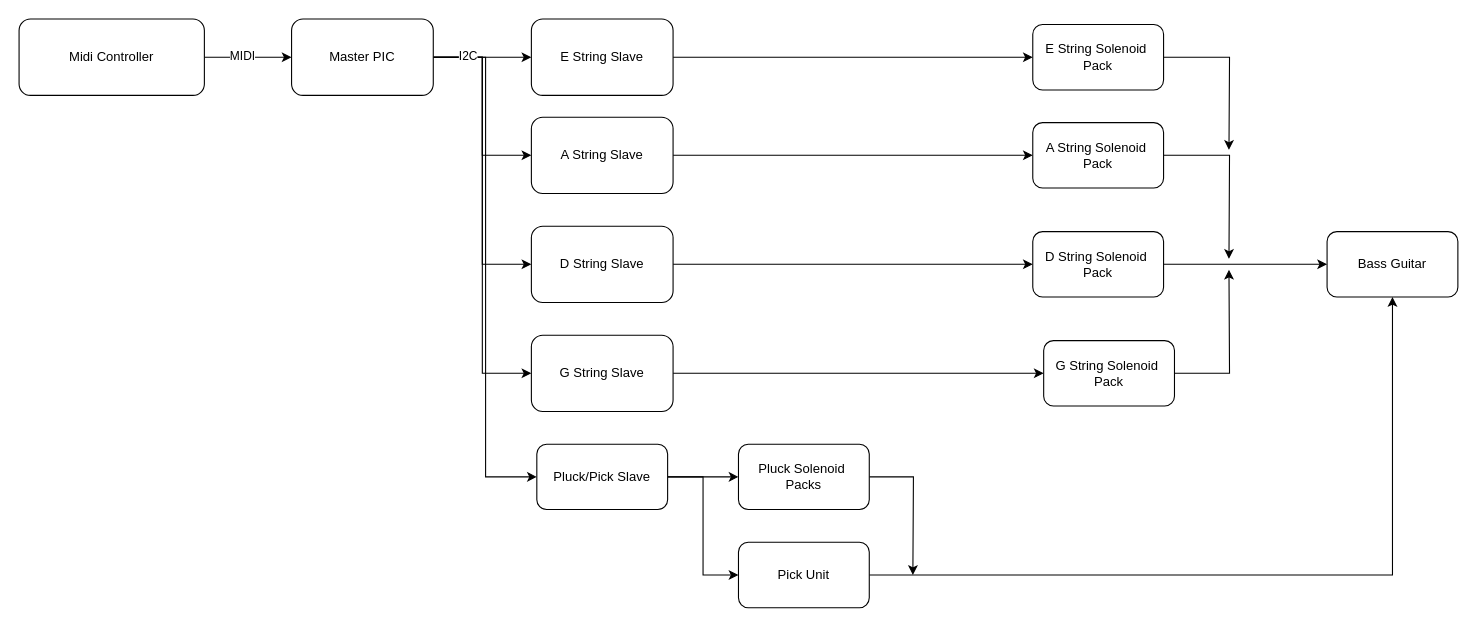
This is Flowcharts/Functional Block diagram.drawio from Masaharu41/Midi-Bass-Guitar, a draw.io file, before an edit. Source tidied: cells renumbered, new cells numbered last; positions are measured from the earlier drawing's top-left corner, leaving out a move shared by most shapes. Both pictures are drawn from the tidied source at 109%, with x=0, y=0 at pixel (19, 19).
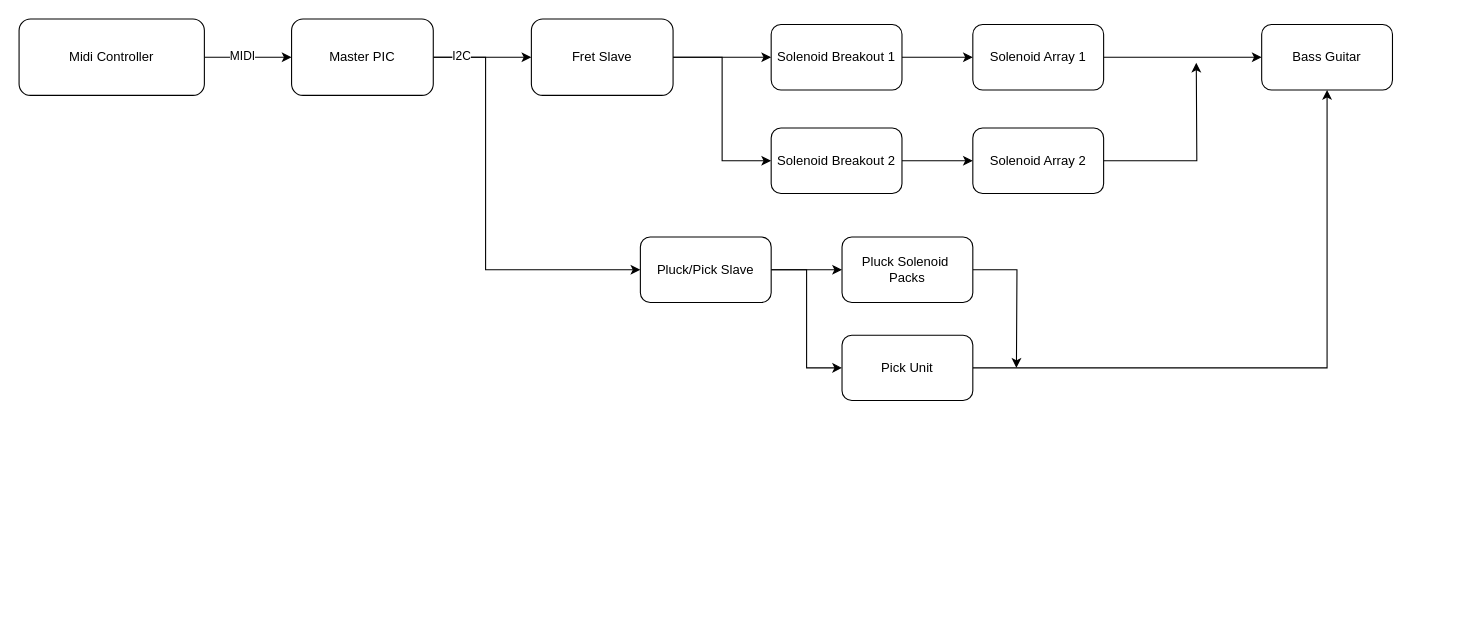
The same page after the edit.

Commit message:
updated main flowchart to match new design

Unchanged cells that the change refers to:
```xml
<mxCell id="11" value="Master PIC" style="rounded=1;whiteSpace=wrap;html=1;" parent="1" vertex="1">
  <mxGeometry x="250" width="130" height="70" as="geometry" />
</mxCell>
```

Diff of the diagram source:
```diff
@@
-    <mxCell id="6" style="edgeStyle=orthogonalEdgeStyle;rounded=0;jettySize=auto;html=1;entryX=0;entryY=0.5;entryDx=0;entryDy=0;" parent="1" edge="1" source="11" target="18">
-      <mxGeometry relative="1" as="geometry" />
-    </mxCell>
-    <mxCell id="7" style="edgeStyle=orthogonalEdgeStyle;rounded=0;jettySize=auto;html=1;entryX=0;entryY=0.5;entryDx=0;entryDy=0;" parent="1" edge="1" source="11" target="20">
-      <mxGeometry relative="1" as="geometry" />
-    </mxCell>
-    <mxCell id="8" style="edgeStyle=orthogonalEdgeStyle;rounded=0;jettySize=auto;html=1;entryX=0;entryY=0.5;entryDx=0;entryDy=0;" parent="1" edge="1" source="11" target="22">
-      <mxGeometry relative="1" as="geometry" />
-    </mxCell>
     <mxCell id="9" style="edgeStyle=orthogonalEdgeStyle;rounded=0;jettySize=auto;html=1;entryX=0;entryY=0.5;entryDx=0;entryDy=0;" parent="1" edge="1" source="11" target="14">
       <mxGeometry relative="1" as="geometry">
         <Array as="points">
           <mxPoint x="428" y="35" />
-          <mxPoint x="428" y="420" />
+          <mxPoint x="428" y="230" />
         </Array>
       </mxGeometry>
     </mxCell>
@@
     <mxCell id="14" value="Pluck/Pick Slave" style="rounded=1;whiteSpace=wrap;html=1;" parent="1" vertex="1">
-      <mxGeometry x="475" y="390" width="120" height="60" as="geometry" />
+      <mxGeometry x="570" y="200" width="120" height="60" as="geometry" />
     </mxCell>
-    <mxCell id="15" style="edgeStyle=orthogonalEdgeStyle;rounded=0;jettySize=auto;html=1;entryX=0;entryY=0.5;entryDx=0;entryDy=0;" parent="1" edge="1" source="16" target="28">
-      <mxGeometry relative="1" as="geometry">
-        <Array as="points">
-          <mxPoint x="930" y="35" />
-        </Array>
-      </mxGeometry>
+    <mxCell id="15" style="edgeStyle=orthogonalEdgeStyle;rounded=0;jettySize=auto;html=1;" parent="1" edge="1" source="16" target="28">
+      <mxGeometry relative="1" as="geometry" />
     </mxCell>
+    <mxCell id="36" style="edgeStyle=orthogonalEdgeStyle;rounded=0;jettySize=auto;html=1;entryX=0;entryY=0.5;entryDx=0;entryDy=0;" parent="1" edge="1" source="16" target="30">
+      <mxGeometry relative="1" as="geometry" />
+    </mxCell>
-    <mxCell id="16" value="E String Slave" style="rounded=1;whiteSpace=wrap;html=1;" parent="1" vertex="1">
+    <mxCell id="16" value="Fret Slave" style="rounded=1;whiteSpace=wrap;html=1;" parent="1" vertex="1">
       <mxGeometry x="470" width="130" height="70" as="geometry" />
     </mxCell>
-    <mxCell id="17" style="edgeStyle=orthogonalEdgeStyle;rounded=0;jettySize=auto;html=1;entryX=0;entryY=0.5;entryDx=0;entryDy=0;" parent="1" edge="1" source="18" target="30">
-      <mxGeometry relative="1" as="geometry" />
-    </mxCell>
-    <mxCell id="18" value="A String Slave" style="rounded=1;whiteSpace=wrap;html=1;" parent="1" vertex="1">
-      <mxGeometry x="470" y="90" width="130" height="70" as="geometry" />
-    </mxCell>
-    <mxCell id="19" style="edgeStyle=orthogonalEdgeStyle;rounded=0;jettySize=auto;html=1;entryX=0;entryY=0.5;entryDx=0;entryDy=0;" parent="1" edge="1" source="20" target="32">
-      <mxGeometry relative="1" as="geometry" />
-    </mxCell>
-    <mxCell id="20" value="D String Slave" style="rounded=1;whiteSpace=wrap;html=1;" parent="1" vertex="1">
-      <mxGeometry x="470" y="190" width="130" height="70" as="geometry" />
-    </mxCell>
-    <mxCell id="21" style="edgeStyle=orthogonalEdgeStyle;rounded=0;jettySize=auto;html=1;entryX=0;entryY=0.5;entryDx=0;entryDy=0;" parent="1" edge="1" source="22" target="34">
-      <mxGeometry relative="1" as="geometry">
-        <Array as="points">
-          <mxPoint x="890" y="325" />
-          <mxPoint x="890" y="325" />
-        </Array>
-      </mxGeometry>
-    </mxCell>
-    <mxCell id="22" value="G String Slave" style="rounded=1;whiteSpace=wrap;html=1;" parent="1" vertex="1">
-      <mxGeometry x="470" y="290" width="130" height="70" as="geometry" />
-    </mxCell>
     <mxCell id="23" style="edgeStyle=orthogonalEdgeStyle;rounded=0;jettySize=auto;html=1;" parent="1" edge="1" source="24">
       <mxGeometry relative="1" as="geometry">
-        <mxPoint x="820" y="510" as="targetPoint" />
+        <mxPoint x="915" y="320" as="targetPoint" />
       </mxGeometry>
     </mxCell>
     <mxCell id="24" value="Pluck Solenoid&amp;nbsp;&lt;div&gt;Packs&lt;/div&gt;" style="rounded=1;whiteSpace=wrap;html=1;" parent="1" vertex="1">
-      <mxGeometry x="660" y="390" width="120" height="60" as="geometry" />
+      <mxGeometry x="755" y="200" width="120" height="60" as="geometry" />
     </mxCell>
@@
     <mxCell id="26" value="Pick Unit" style="rounded=1;whiteSpace=wrap;html=1;" parent="1" vertex="1">
-      <mxGeometry x="660" y="480" width="120" height="60" as="geometry" />
+      <mxGeometry x="755" y="290" width="120" height="60" as="geometry" />
     </mxCell>
-    <mxCell id="27" style="edgeStyle=orthogonalEdgeStyle;rounded=0;jettySize=auto;html=1;" parent="1" edge="1" source="28">
-      <mxGeometry relative="1" as="geometry">
-        <mxPoint x="1110" y="120" as="targetPoint" />
-      </mxGeometry>
-    </mxCell>
+    <mxCell id="37" style="edgeStyle=orthogonalEdgeStyle;rounded=0;jettySize=auto;html=1;" parent="1" edge="1" source="28" target="40">
+      <mxGeometry relative="1" as="geometry" />
+    </mxCell>
-    <mxCell id="28" value="E String Solenoid&amp;nbsp;&lt;div&gt;Pack&lt;/div&gt;" style="rounded=1;whiteSpace=wrap;html=1;" parent="1" vertex="1">
-      <mxGeometry x="930" y="5" width="120" height="60" as="geometry" />
+    <mxCell id="28" value="Solenoid Breakout 1" style="rounded=1;whiteSpace=wrap;html=1;" parent="1" vertex="1">
+      <mxGeometry x="690" y="5" width="120" height="60" as="geometry" />
     </mxCell>
-    <mxCell id="29" style="edgeStyle=orthogonalEdgeStyle;rounded=0;jettySize=auto;html=1;" parent="1" edge="1" source="30">
-      <mxGeometry relative="1" as="geometry">
-        <mxPoint x="1110" y="220" as="targetPoint" />
-      </mxGeometry>
-    </mxCell>
+    <mxCell id="38" style="edgeStyle=orthogonalEdgeStyle;rounded=0;jettySize=auto;html=1;" parent="1" edge="1" source="30" target="42">
+      <mxGeometry relative="1" as="geometry" />
+    </mxCell>
-    <mxCell id="30" value="A String Solenoid&amp;nbsp;&lt;div&gt;Pack&lt;/div&gt;" style="rounded=1;whiteSpace=wrap;html=1;" parent="1" vertex="1">
-      <mxGeometry x="930" y="95" width="120" height="60" as="geometry" />
+    <mxCell id="30" value="Solenoid Breakout 2" style="rounded=1;whiteSpace=wrap;html=1;" parent="1" vertex="1">
+      <mxGeometry x="690" y="100" width="120" height="60" as="geometry" />
     </mxCell>
-    <mxCell id="31" style="edgeStyle=orthogonalEdgeStyle;rounded=0;jettySize=auto;html=1;" parent="1" edge="1" source="32" target="35">
-      <mxGeometry relative="1" as="geometry" />
-    </mxCell>
-    <mxCell id="32" value="D String Solenoid&amp;nbsp;&lt;div&gt;Pack&lt;/div&gt;" style="rounded=1;whiteSpace=wrap;html=1;" parent="1" vertex="1">
-      <mxGeometry x="930" y="195" width="120" height="60" as="geometry" />
-    </mxCell>
-    <mxCell id="33" style="edgeStyle=orthogonalEdgeStyle;rounded=0;jettySize=auto;html=1;" parent="1" edge="1" source="34">
-      <mxGeometry relative="1" as="geometry">
-        <mxPoint x="1110" y="230" as="targetPoint" />
-      </mxGeometry>
-    </mxCell>
-    <mxCell id="34" value="G String Solenoid&amp;nbsp;&lt;div&gt;Pack&lt;/div&gt;" style="rounded=1;whiteSpace=wrap;html=1;" parent="1" vertex="1">
-      <mxGeometry x="940" y="295" width="120" height="60" as="geometry" />
-    </mxCell>
     <mxCell id="35" value="Bass Guitar" style="rounded=1;whiteSpace=wrap;html=1;" parent="1" vertex="1">
-      <mxGeometry x="1200" y="195" width="120" height="60" as="geometry" />
+      <mxGeometry x="1140" y="5" width="120" height="60" as="geometry" />
     </mxCell>
+    <mxCell id="39" style="edgeStyle=orthogonalEdgeStyle;rounded=0;jettySize=auto;html=1;entryX=0;entryY=0.5;entryDx=0;entryDy=0;" parent="1" edge="1" source="40" target="35">
+      <mxGeometry relative="1" as="geometry" />
+    </mxCell>
+    <mxCell id="40" value="Solenoid Array 1" style="rounded=1;whiteSpace=wrap;html=1;" parent="1" vertex="1">
+      <mxGeometry x="875" y="5" width="120" height="60" as="geometry" />
+    </mxCell>
+    <mxCell id="41" style="edgeStyle=orthogonalEdgeStyle;rounded=0;jettySize=auto;html=1;" parent="1" edge="1" source="42">
+      <mxGeometry relative="1" as="geometry">
+        <mxPoint x="1080" y="40" as="targetPoint" />
+      </mxGeometry>
+    </mxCell>
+    <mxCell id="42" value="Solenoid Array 2" style="rounded=1;whiteSpace=wrap;html=1;" parent="1" vertex="1">
+      <mxGeometry x="875" y="100" width="120" height="60" as="geometry" />
+    </mxCell>
```
